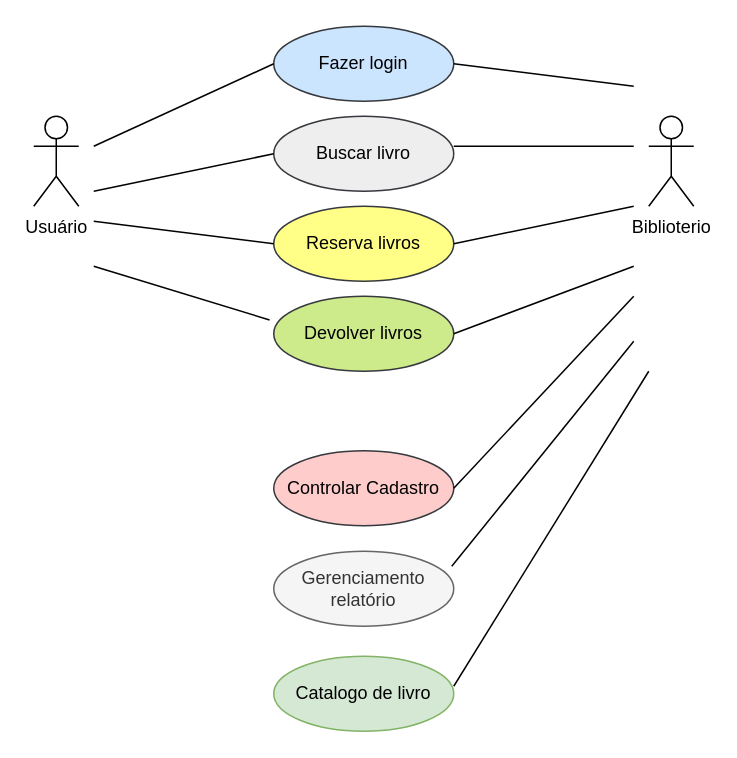
Before: page "pagina4" (4 of 11) of Diagrama sem nome.drawio in helio0278/diagramasderequisitos, a draw.io diagram. Source tidied: cells renumbered, new cells numbered last; positions are measured from the earlier drawing's top-left corner, leaving out a move shared by most shapes. Both pictures are drawn from the tidied source at 150%, with x=0, y=0 at pixel (33, 26).
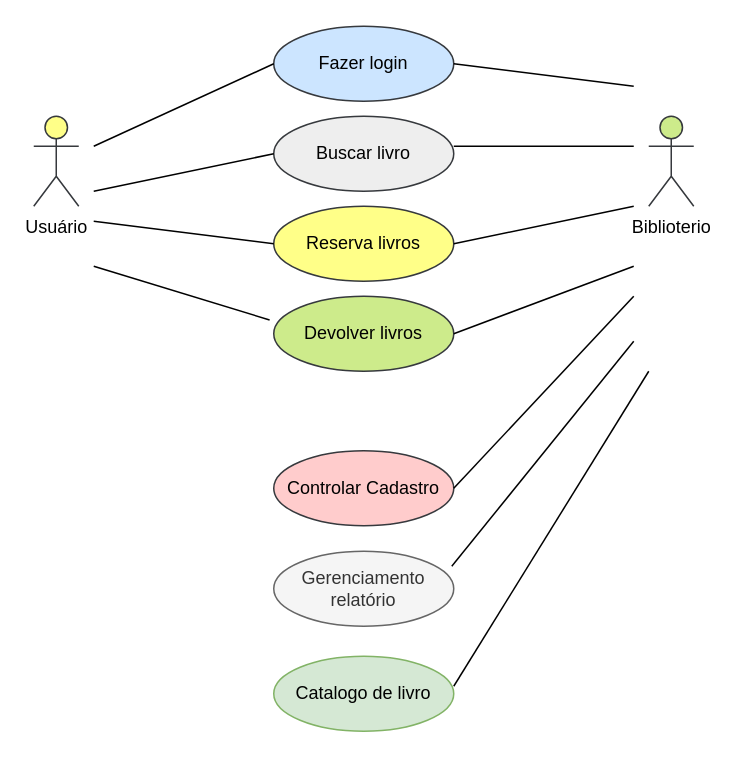
Above is the later version.

What changed in the source:
```diff
@@
-    <mxCell id="2" value="Usuário" style="shape=umlActor;verticalLabelPosition=bottom;verticalAlign=top;html=1;" parent="1" vertex="1">
+    <mxCell id="2" value="Usuário" style="shape=umlActor;verticalLabelPosition=bottom;verticalAlign=top;html=1;fillColor=#ffff88;strokeColor=#36393d;" parent="1" vertex="1">
       <mxGeometry y="60" width="30" height="60" as="geometry" />
     </mxCell>
-    <mxCell id="3" value="Biblioterio" style="shape=umlActor;verticalLabelPosition=bottom;verticalAlign=top;html=1;" parent="1" vertex="1">
+    <mxCell id="3" value="Biblioterio" style="shape=umlActor;verticalLabelPosition=bottom;verticalAlign=top;html=1;fillColor=#cdeb8b;strokeColor=#36393d;" parent="1" vertex="1">
       <mxGeometry x="410" y="60" width="30" height="60" as="geometry" />
     </mxCell>
```
